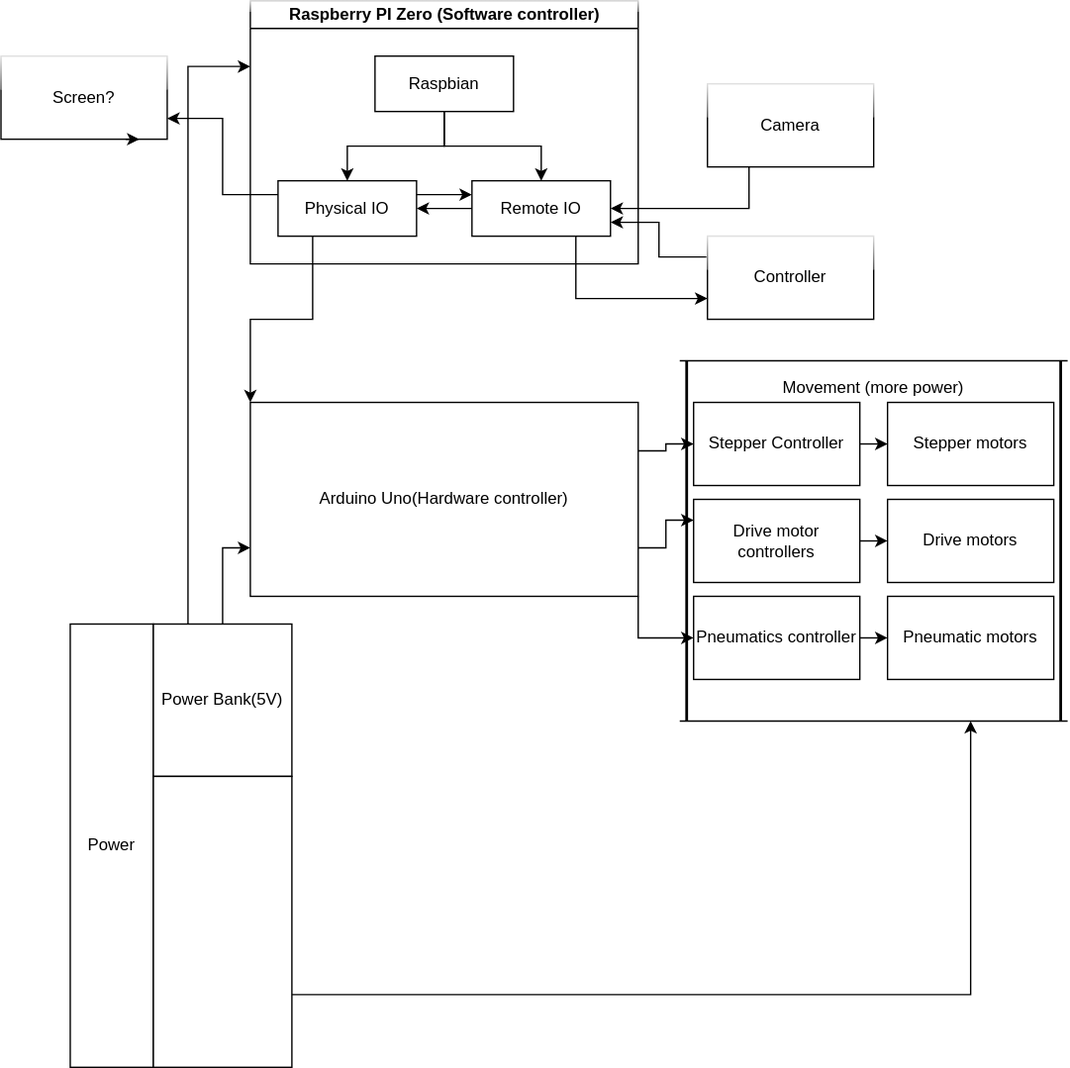
Earlier version of the draw.io export Elecronics and programming roadmap.svg (Wilkuu-1/PWS-DefuseBot). Source tidied: cells renumbered, new cells last; positions are measured from the earlier drawing's top-left corner, leaving out a move shared by most shapes.
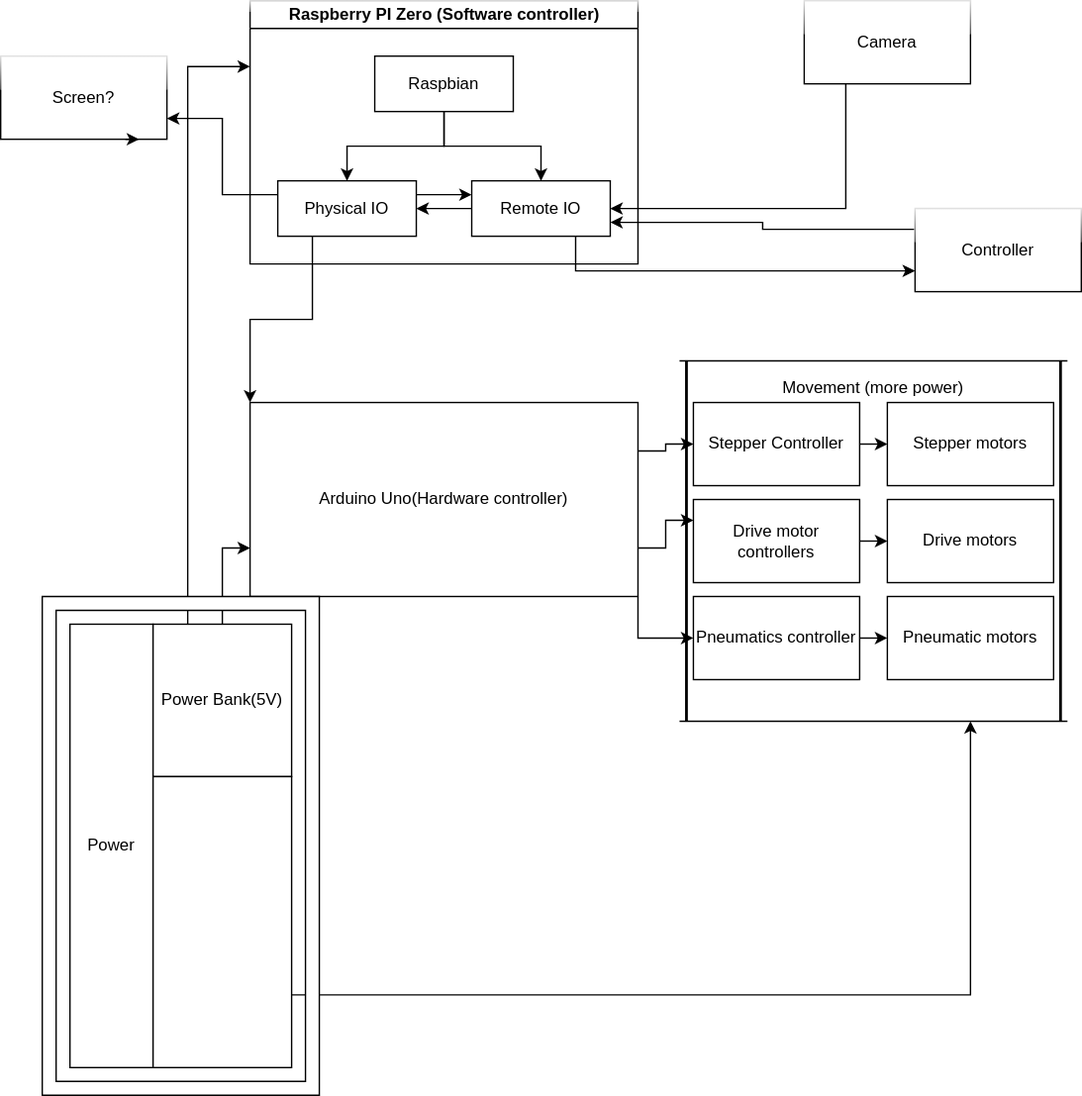
Above is the later version.

What changed in the source:
```diff
@@ -30,13 +30,13 @@
       <mxGeometry relative="1" as="geometry" />
     </mxCell>
     <mxCell id="11" value="Camera" style="rounded=0;whiteSpace=wrap;html=1;shadow=0;glass=1;comic=0;sketch=0;" parent="1" vertex="1">
-      <mxGeometry x="510" y="60" width="120" height="60" as="geometry" />
+      <mxGeometry x="580" width="120" height="60" as="geometry" />
     </mxCell>
     <mxCell id="12" style="edgeStyle=orthogonalEdgeStyle;rounded=0;jettySize=auto;html=1;exitX=0;exitY=0.25;exitDx=0;exitDy=0;entryX=1;entryY=0.75;entryDx=0;entryDy=0;" parent="1" edge="1" source="13" target="7">
       <mxGeometry relative="1" as="geometry" />
     </mxCell>
     <mxCell id="13" value="Controller" style="rounded=0;whiteSpace=wrap;html=1;shadow=0;glass=1;comic=0;sketch=0;" parent="1" vertex="1">
-      <mxGeometry x="510" y="170" width="120" height="60" as="geometry" />
+      <mxGeometry x="660" y="150" width="120" height="60" as="geometry" />
     </mxCell>
     <mxCell id="14" style="edgeStyle=orthogonalEdgeStyle;rounded=0;jettySize=auto;html=1;exitX=1;exitY=0.25;exitDx=0;exitDy=0;entryX=0;entryY=0.5;entryDx=0;entryDy=0;" parent="1" edge="1" source="17" target="25">
       <mxGeometry relative="1" as="geometry" />
@@ -129,5 +129,8 @@
         <mxGeometry x="560" y="270" width="140" height="20" as="geometry" />
       </mxCell>
     </object>
+    <mxCell id="43" style="verticalLabelPosition=bottom;verticalAlign=top;html=1;shape=mxgraph.basic.frame;dx=10;rounded=0;shadow=0;glass=0;comic=0;sketch=0;" parent="1" vertex="1">
+      <mxGeometry x="30" y="430" width="200" height="360" as="geometry" />
+    </mxCell>
   </root>
 </mxGraphModel>
```
